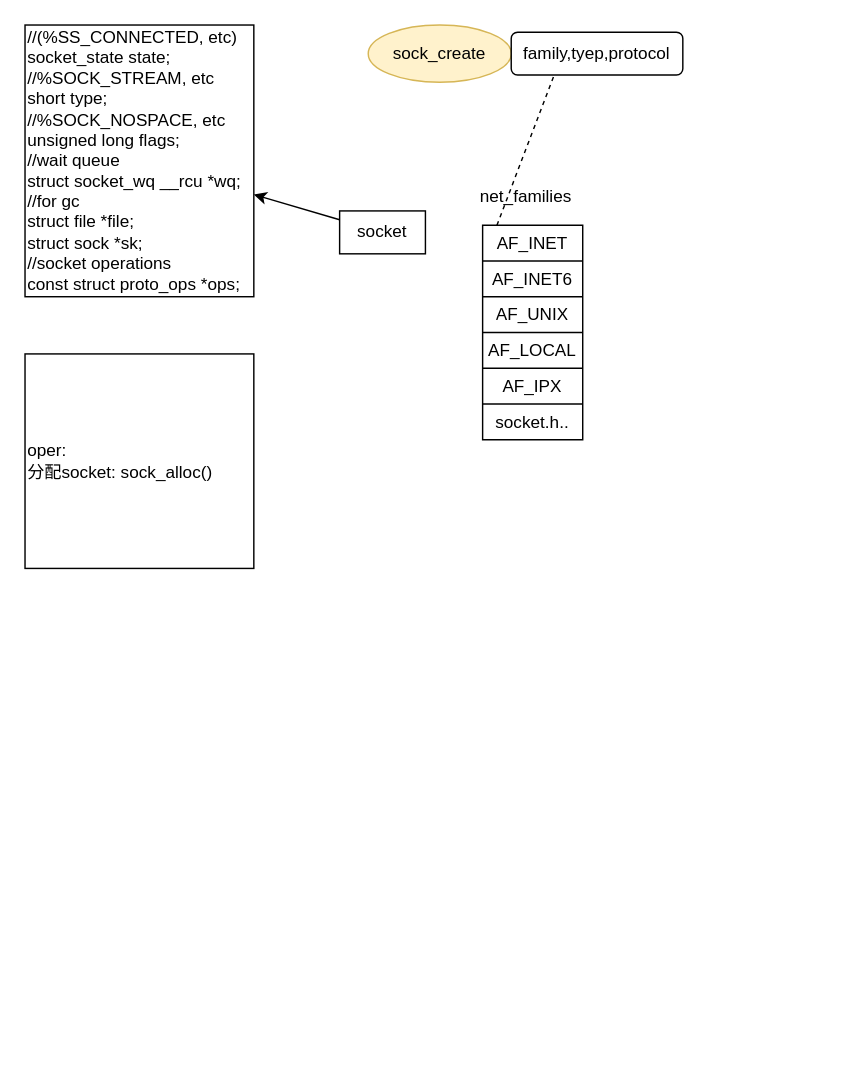
Before: Untitled Diagram.drawio in xdksx/hello-world, a draw.io diagram. Source tidied: cells renumbered, new cells numbered last; positions are measured from the earlier drawing's top-left corner, leaving out a move shared by most shapes. Both pictures are drawn from the tidied source at 143%, with x=0, y=0 at pixel (24, 24).
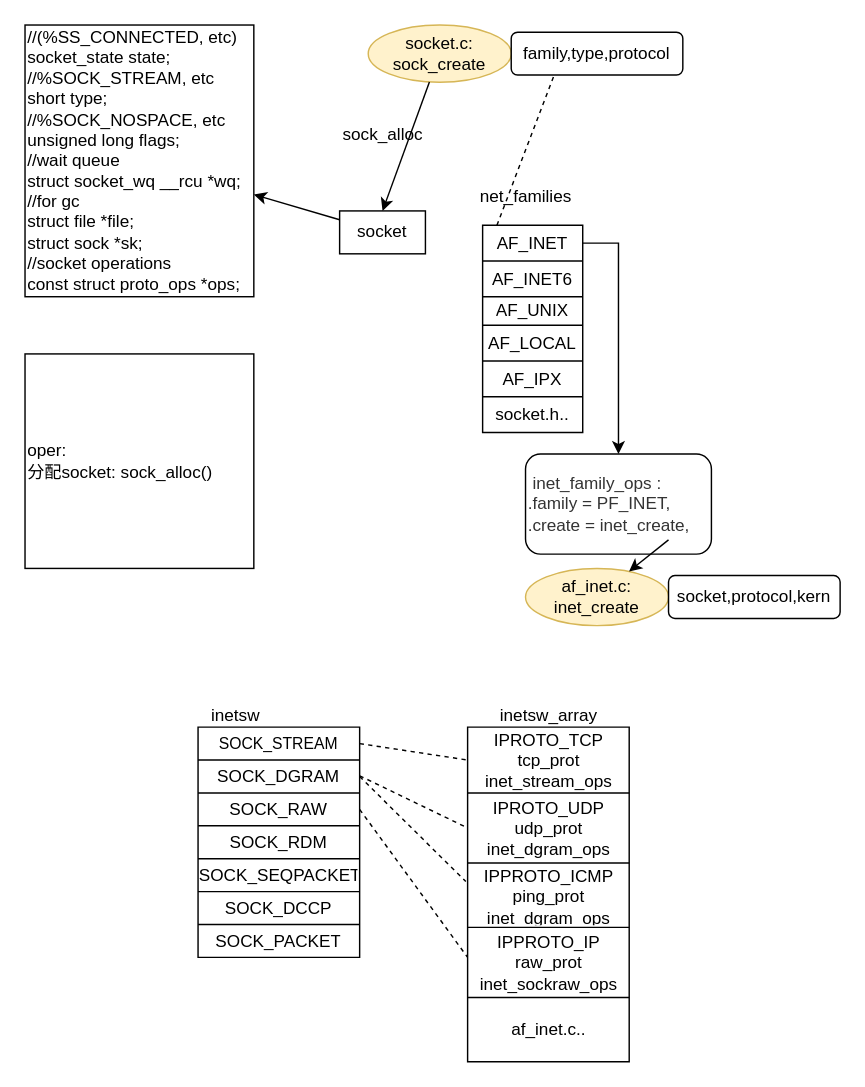
After the change.

Unchanged cells that the change refers to:
```xml
<mxCell id="2" value="socket" style="rounded=0;whiteSpace=wrap;html=1;" parent="1" vertex="1">
  <mxGeometry x="220" y="130" width="60" height="30" as="geometry" />
</mxCell>
<mxCell id="8" style="shape=partialRectangle;fillColor=none;top=0;left=0;bottom=0;right=0;points=[[0,0.5],[1,0.5]];portConstraint=eastwest;" parent="7" vertex="1">
  <mxGeometry width="70" height="25" as="geometry" />
</mxCell>
```

Diff of the diagram source:
```diff
@@
-    <mxCell id="5" value="sock_create" style="ellipse;whiteSpace=wrap;html=1;fillColor=#fff2cc;strokeColor=#d6b656;" parent="1" vertex="1">
+    <mxCell id="5" value="socket.c:&lt;br&gt;sock_create" style="ellipse;whiteSpace=wrap;html=1;fillColor=#fff2cc;strokeColor=#d6b656;" parent="1" vertex="1">
       <mxGeometry x="240" width="100" height="40" as="geometry" />
     </mxCell>
@@
-    <mxCell id="7" style="shape=table;startSize=0;childLayout=tableLayout;" parent="1" vertex="1">
-      <mxGeometry x="320" y="140" width="70" height="150" as="geometry" />
+    <mxCell id="7" style="shape=table;startSize=0;childLayout=tableLayout;rounded=0;spacingTop=-1;flipH=0;flipV=1;direction=south;" parent="1" vertex="1">
+      <mxGeometry x="320" y="140" width="70" height="145" as="geometry" />
     </mxCell>
@@
     <mxCell id="12" style="shape=partialRectangle;fillColor=none;top=0;left=0;bottom=0;right=0;" parent="7" vertex="1">
-      <mxGeometry y="50" width="70" height="25" as="geometry" />
+      <mxGeometry y="50" width="70" height="20" as="geometry" />
     </mxCell>
     <mxCell id="13" value="AF_UNIX" style="shape=partialRectangle;html=1;whiteSpace=wrap;overflow=hidden;fillColor=none;top=0;left=0;bottom=0;right=0;" parent="12" vertex="1">
-      <mxGeometry width="70" height="25" as="geometry" />
+      <mxGeometry width="70" height="20" as="geometry" />
     </mxCell>
     <mxCell id="14" style="shape=partialRectangle;fillColor=none;top=0;left=0;bottom=0;right=0;" parent="7" vertex="1">
-      <mxGeometry y="75" width="70" height="25" as="geometry" />
+      <mxGeometry y="70" width="70" height="25" as="geometry" />
     </mxCell>
@@
     <mxCell id="16" style="shape=partialRectangle;fillColor=none;top=0;left=0;bottom=0;right=0;" parent="7" vertex="1">
-      <mxGeometry y="100" width="70" height="25" as="geometry" />
+      <mxGeometry y="95" width="70" height="25" as="geometry" />
     </mxCell>
@@
     <mxCell id="18" style="shape=partialRectangle;fillColor=none;top=0;left=0;bottom=0;right=0;" parent="7" vertex="1">
-      <mxGeometry y="125" width="70" height="25" as="geometry" />
+      <mxGeometry y="120" width="70" height="25" as="geometry" />
     </mxCell>
@@
-    <mxCell id="21" value="family,tyep,protocol" style="rounded=1;whiteSpace=wrap;html=1;" parent="1" vertex="1">
+    <mxCell id="21" value="family,type,protocol" style="rounded=1;whiteSpace=wrap;html=1;" parent="1" vertex="1">
       <mxGeometry x="340" y="5" width="120" height="30" as="geometry" />
     </mxCell>
@@
+    <mxCell id="23" style="edgeStyle=orthogonalEdgeStyle;rounded=0;jettySize=auto;html=1;exitX=1;exitY=0.5;exitDx=0;exitDy=0;" parent="1" edge="1" source="8" target="24">
+      <mxGeometry relative="1" as="geometry" />
+    </mxCell>
+    <mxCell id="24" value="&lt;p style=&quot;margin: 0px&quot;&gt;&lt;span style=&quot;font-family: &amp;#34;arial,宋体,sans-serif&amp;#34; ; color: rgb(51 , 51 , 51)&quot;&gt;&lt;font style=&quot;font-size: 12px&quot;&gt;&amp;nbsp;inet_family_ops :&lt;/font&gt;&lt;/span&gt;&lt;/p&gt;&lt;p style=&quot;margin: 0px&quot;&gt;&lt;span style=&quot;font-family: &amp;#34;arial,宋体,sans-serif&amp;#34; ; color: rgb(51 , 51 , 51)&quot;&gt;&lt;font style=&quot;font-size: 12px&quot;&gt;.family = PF_INET,&lt;/font&gt;&lt;/span&gt;&lt;/p&gt;&lt;p style=&quot;margin: 0px&quot;&gt;&lt;span style=&quot;font-family: &amp;#34;arial,宋体,sans-serif&amp;#34; ; color: rgb(51 , 51 , 51)&quot;&gt;&lt;font style=&quot;font-size: 12px&quot;&gt;.create = inet_create,&lt;/font&gt;&lt;/span&gt;&lt;/p&gt;" style="rounded=1;whiteSpace=wrap;html=1;align=left;" parent="1" vertex="1">
+      <mxGeometry x="350" y="300" width="130" height="70" as="geometry" />
+    </mxCell>
+    <mxCell id="25" style="endArrow=classic;html=1;entryX=0.5;entryY=0;entryDx=0;entryDy=0;" parent="1" edge="1" source="5" target="2">
+      <mxGeometry relative="1" as="geometry" />
+    </mxCell>
+    <mxCell id="26" value="sock_alloc" style="text;html=1;align=center;verticalAlign=middle;strokeColor=none;fillColor=none;" parent="1" vertex="1">
+      <mxGeometry x="207.5" y="68" width="85" height="17" as="geometry" />
+    </mxCell>
+    <mxCell id="27" value="af_inet.c:&lt;br&gt;inet_create" style="ellipse;whiteSpace=wrap;html=1;fillColor=#fff2cc;strokeColor=#d6b656;" parent="1" vertex="1">
+      <mxGeometry x="350" y="380" width="100" height="40" as="geometry" />
+    </mxCell>
+    <mxCell id="28" value="socket,protocol,kern" style="rounded=1;whiteSpace=wrap;html=1;" parent="1" vertex="1">
+      <mxGeometry x="450" y="385" width="120" height="30" as="geometry" />
+    </mxCell>
+    <mxCell id="29" style="endArrow=classic;html=1;" parent="1" edge="1" target="27">
+      <mxGeometry relative="1" as="geometry">
+        <mxPoint x="450" y="360" as="sourcePoint" />
+      </mxGeometry>
+    </mxCell>
+    <mxCell id="30" style="shape=table;startSize=0;childLayout=tableLayout;" parent="1" vertex="1">
+      <mxGeometry x="121" y="491" width="113" height="161" as="geometry" />
+    </mxCell>
+    <mxCell id="31" style="shape=partialRectangle;fillColor=none;top=0;left=0;bottom=0;right=0;points=[[0,0.5],[1,0.5]];portConstraint=eastwest;" parent="30" vertex="1">
+      <mxGeometry width="113" height="23" as="geometry" />
+    </mxCell>
+    <mxCell id="32" value="&lt;font style=&quot;font-size: 11px&quot;&gt;SOCK_STREAM&lt;/font&gt;" style="shape=partialRectangle;html=1;whiteSpace=wrap;overflow=hidden;fillColor=none;top=0;left=0;bottom=0;right=0;" parent="31" vertex="1">
+      <mxGeometry width="113" height="23" as="geometry" />
+    </mxCell>
+    <mxCell id="33" style="shape=partialRectangle;fillColor=none;top=0;left=0;bottom=0;right=0;points=[[0,0.5],[1,0.5]];portConstraint=eastwest;" parent="30" vertex="1">
+      <mxGeometry y="23" width="113" height="23" as="geometry" />
+    </mxCell>
+    <mxCell id="34" value="SOCK_DGRAM" style="shape=partialRectangle;html=1;whiteSpace=wrap;overflow=hidden;fillColor=none;top=0;left=0;bottom=0;right=0;" parent="33" vertex="1">
+      <mxGeometry width="113" height="23" as="geometry" />
+    </mxCell>
+    <mxCell id="35" style="shape=partialRectangle;fillColor=none;top=0;left=0;bottom=0;right=0;points=[[0,0.5],[1,0.5]];portConstraint=eastwest;" parent="30" vertex="1">
+      <mxGeometry y="46" width="113" height="23" as="geometry" />
+    </mxCell>
+    <mxCell id="36" value="SOCK_RAW" style="shape=partialRectangle;html=1;whiteSpace=wrap;overflow=hidden;fillColor=none;top=0;left=0;bottom=0;right=0;" parent="35" vertex="1">
+      <mxGeometry width="113" height="23" as="geometry" />
+    </mxCell>
+    <mxCell id="37" style="shape=partialRectangle;fillColor=none;top=0;left=0;bottom=0;right=0;" parent="30" vertex="1">
+      <mxGeometry y="69" width="113" height="23" as="geometry" />
+    </mxCell>
+    <mxCell id="38" value="SOCK_RDM" style="shape=partialRectangle;html=1;whiteSpace=wrap;overflow=hidden;fillColor=none;top=0;left=0;bottom=0;right=0;" parent="37" vertex="1">
+      <mxGeometry width="113" height="23" as="geometry" />
+    </mxCell>
+    <mxCell id="39" style="shape=partialRectangle;fillColor=none;top=0;left=0;bottom=0;right=0;" parent="30" vertex="1">
+      <mxGeometry y="92" width="113" height="23" as="geometry" />
+    </mxCell>
+    <mxCell id="40" value="SOCK_SEQPACKET" style="shape=partialRectangle;html=1;whiteSpace=wrap;overflow=hidden;fillColor=none;top=0;left=0;bottom=0;right=0;" parent="39" vertex="1">
+      <mxGeometry width="113" height="23" as="geometry" />
+    </mxCell>
+    <mxCell id="41" style="shape=partialRectangle;fillColor=none;top=0;left=0;bottom=0;right=0;" parent="30" vertex="1">
+      <mxGeometry y="115" width="113" height="23" as="geometry" />
+    </mxCell>
+    <mxCell id="42" value="SOCK_DCCP" style="shape=partialRectangle;html=1;whiteSpace=wrap;overflow=hidden;fillColor=none;top=0;left=0;bottom=0;right=0;" parent="41" vertex="1">
+      <mxGeometry width="113" height="23" as="geometry" />
+    </mxCell>
+    <mxCell id="43" style="shape=partialRectangle;fillColor=none;top=0;left=0;bottom=0;right=0;" parent="30" vertex="1">
+      <mxGeometry y="138" width="113" height="23" as="geometry" />
+    </mxCell>
+    <mxCell id="44" value="SOCK_PACKET" style="shape=partialRectangle;html=1;whiteSpace=wrap;overflow=hidden;fillColor=none;top=0;left=0;bottom=0;right=0;" parent="43" vertex="1">
+      <mxGeometry width="113" height="23" as="geometry" />
+    </mxCell>
+    <mxCell id="45" value="inetsw" style="text;html=1;align=center;verticalAlign=middle;strokeColor=none;fillColor=none;" parent="1" vertex="1">
+      <mxGeometry x="113" y="474" width="68" height="17" as="geometry" />
+    </mxCell>
+    <mxCell id="46" style="shape=table;startSize=0;childLayout=tableLayout;" parent="1" vertex="1">
+      <mxGeometry x="309.5" y="491" width="113" height="234" as="geometry" />
+    </mxCell>
+    <mxCell id="47" style="shape=partialRectangle;fillColor=none;top=0;left=0;bottom=0;right=0;points=[[0,0.5],[1,0.5]];portConstraint=eastwest;" parent="46" vertex="1">
+      <mxGeometry width="113" height="46" as="geometry" />
+    </mxCell>
+    <mxCell id="48" value="IPROTO_TCP&lt;br&gt;tcp_prot&lt;br&gt;inet_stream_ops" style="shape=partialRectangle;html=1;whiteSpace=wrap;overflow=hidden;fillColor=none;top=0;left=0;bottom=0;right=0;" parent="47" vertex="1">
+      <mxGeometry width="113" height="46" as="geometry" />
+    </mxCell>
+    <mxCell id="49" style="shape=partialRectangle;fillColor=none;top=0;left=0;bottom=0;right=0;points=[[0,0.5],[1,0.5]];portConstraint=eastwest;" parent="46" vertex="1">
+      <mxGeometry y="46" width="113" height="49" as="geometry" />
+    </mxCell>
+    <mxCell id="50" value="&lt;span&gt;IPROTO_UDP&lt;/span&gt;&lt;br&gt;&lt;span&gt;udp_prot&lt;/span&gt;&lt;br&gt;&lt;span&gt;inet_dgram_ops&lt;/span&gt;" style="shape=partialRectangle;html=1;whiteSpace=wrap;overflow=hidden;fillColor=none;top=0;left=0;bottom=0;right=0;" parent="49" vertex="1">
+      <mxGeometry width="113" height="49" as="geometry" />
+    </mxCell>
+    <mxCell id="51" style="shape=partialRectangle;fillColor=none;top=0;left=0;bottom=0;right=0;points=[[0,0.5],[1,0.5]];portConstraint=eastwest;" parent="46" vertex="1">
+      <mxGeometry y="95" width="113" height="45" as="geometry" />
+    </mxCell>
+    <mxCell id="52" value="IPPROTO_ICMP&lt;br&gt;ping_prot&lt;br&gt;inet_dgram_ops" style="shape=partialRectangle;html=1;whiteSpace=wrap;overflow=hidden;fillColor=none;top=0;left=0;bottom=0;right=0;" parent="51" vertex="1">
+      <mxGeometry width="113" height="45" as="geometry" />
+    </mxCell>
+    <mxCell id="53" style="shape=partialRectangle;fillColor=none;top=0;left=0;bottom=0;right=0;" parent="46" vertex="1">
+      <mxGeometry y="140" width="113" height="49" as="geometry" />
+    </mxCell>
+    <mxCell id="54" value="IPPROTO_IP&lt;br&gt;raw_prot&lt;br&gt;inet_sockraw_ops" style="shape=partialRectangle;html=1;whiteSpace=wrap;overflow=hidden;fillColor=none;top=0;left=0;bottom=0;right=0;" parent="53" vertex="1">
+      <mxGeometry width="113" height="49" as="geometry" />
+    </mxCell>
+    <mxCell id="55" style="shape=partialRectangle;fillColor=none;top=0;left=0;bottom=0;right=0;" parent="46" vertex="1">
+      <mxGeometry y="189" width="113" height="45" as="geometry" />
+    </mxCell>
+    <mxCell id="56" value="af_inet.c.." style="shape=partialRectangle;html=1;whiteSpace=wrap;overflow=hidden;fillColor=none;top=0;left=0;bottom=0;right=0;" parent="55" vertex="1">
+      <mxGeometry width="113" height="45" as="geometry" />
+    </mxCell>
+    <mxCell id="57" value="inetsw_array" style="text;html=1;align=center;verticalAlign=middle;strokeColor=none;fillColor=none;" parent="1" vertex="1">
+      <mxGeometry x="315" y="474" width="102" height="17" as="geometry" />
+    </mxCell>
+    <mxCell id="58" style="endArrow=none;dashed=1;html=1;entryX=0;entryY=0.5;entryDx=0;entryDy=0;exitX=1;exitY=0.5;exitDx=0;exitDy=0;" parent="1" edge="1" source="31" target="47">
+      <mxGeometry relative="1" as="geometry" />
+    </mxCell>
+    <mxCell id="59" style="endArrow=none;dashed=1;html=1;entryX=0;entryY=0.5;entryDx=0;entryDy=0;exitX=1;exitY=0.5;exitDx=0;exitDy=0;" parent="1" edge="1" target="49">
+      <mxGeometry relative="1" as="geometry">
+        <mxPoint x="234" y="525" as="sourcePoint" />
+      </mxGeometry>
+    </mxCell>
+    <mxCell id="60" style="endArrow=none;dashed=1;html=1;entryX=-0.011;entryY=0.289;entryDx=0;entryDy=0;exitX=1;exitY=0.5;exitDx=0;exitDy=0;entryPerimeter=0;" parent="1" edge="1" source="33" target="51">
+      <mxGeometry relative="1" as="geometry" />
+    </mxCell>
+    <mxCell id="61" style="endArrow=none;dashed=1;html=1;exitX=1;exitY=0.5;exitDx=0;exitDy=0;" parent="1" edge="1" source="35">
+      <mxGeometry relative="1" as="geometry">
+        <mxPoint x="309.5" y="652" as="targetPoint" />
+      </mxGeometry>
+    </mxCell>
```
